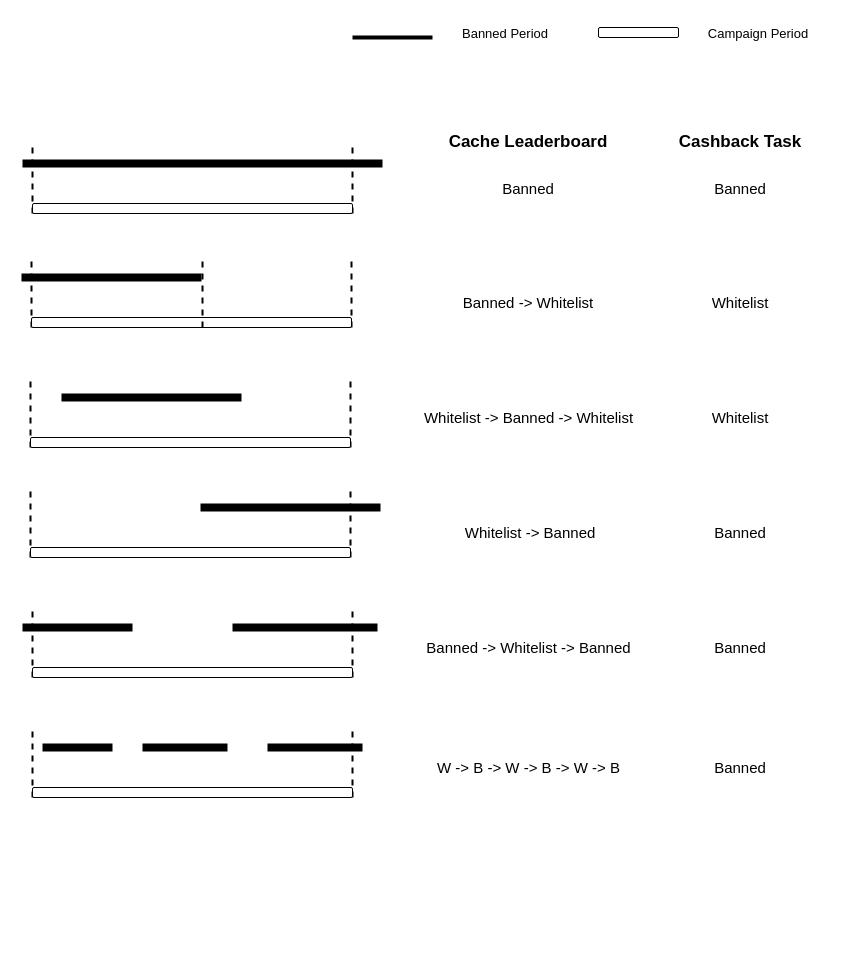
The draw.io diagram game_blacklist_cover.drawio in EricLuoisme/own-diagrams-draw-io, before the edit. Source tidied: cells renumbered, new cells numbered last; positions are measured from the earlier drawing's top-left corner, leaving out a move shared by most shapes. Both pictures are drawn from the tidied source at 100%, with x=0, y=0 at pixel (21, 17).
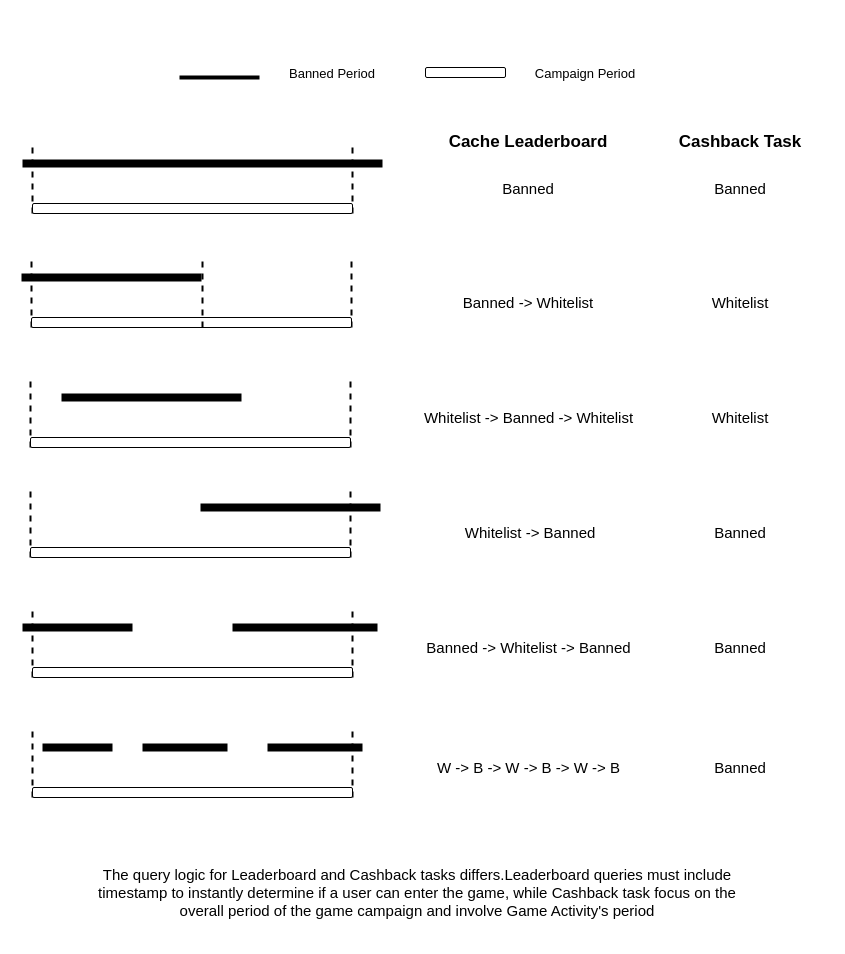
The same page after the edit.

Change to the diagram source:
```diff
@@
     <mxCell id="6" style="endArrow=none;html=1;rounded=0;strokeWidth=4;" parent="1" edge="1">
       <mxGeometry relative="1" as="geometry">
-        <mxPoint x="331" y="20" as="sourcePoint" />
-        <mxPoint x="411" y="20" as="targetPoint" />
+        <mxPoint x="158" y="60" as="sourcePoint" />
+        <mxPoint x="238" y="60" as="targetPoint" />
       </mxGeometry>
     </mxCell>
     <mxCell id="7" style="rounded=1;whiteSpace=wrap;html=1;" parent="1" vertex="1">
-      <mxGeometry x="577" y="10" width="80" height="10" as="geometry" />
+      <mxGeometry x="404" y="50" width="80" height="10" as="geometry" />
     </mxCell>
     <mxCell id="8" value="&lt;font style=&quot;font-size: 13px;&quot;&gt;Banned Period&lt;/font&gt;" style="text;strokeColor=none;align=center;fillColor=none;html=1;verticalAlign=middle;whiteSpace=wrap;rounded=0;fontSize=15;" parent="1" vertex="1">
-      <mxGeometry x="414" width="140" height="30" as="geometry" />
+      <mxGeometry x="241" y="40" width="140" height="30" as="geometry" />
     </mxCell>
     <mxCell id="9" value="&lt;font style=&quot;font-size: 13px;&quot;&gt;Campaign Period&lt;/font&gt;" style="text;strokeColor=none;align=center;fillColor=none;html=1;verticalAlign=middle;whiteSpace=wrap;rounded=0;fontSize=15;" parent="1" vertex="1">
-      <mxGeometry x="667" width="140" height="30" as="geometry" />
+      <mxGeometry x="494" y="40" width="140" height="30" as="geometry" />
     </mxCell>
@@
-    <mxCell id="47" value="Banned" style="text;strokeColor=none;align=center;fillColor=none;html=1;verticalAlign=middle;whiteSpace=wrap;rounded=0;fontSize=15;" parent="1" vertex="1">
-      <mxGeometry x="649" y="735" width="140" height="30" as="geometry" />
+    <mxCell id="47" value="The query logic for Leaderboard and Cashback tasks differs.Leaderboard queries must include timestamp to instantly determine if a user can enter the game, while Cashback task focus on the overall period of the game campaign and involve Game Activity's period " style="text;strokeColor=none;align=center;fillColor=none;html=1;verticalAlign=middle;whiteSpace=wrap;rounded=0;fontSize=15;" parent="1" vertex="1">
+      <mxGeometry x="71" y="830" width="650" height="90" as="geometry" />
     </mxCell>
+    <mxCell id="48" value="Banned" style="text;strokeColor=none;align=center;fillColor=none;html=1;verticalAlign=middle;whiteSpace=wrap;rounded=0;fontSize=15;" parent="1" vertex="1">
+      <mxGeometry x="649" y="735" width="140" height="30" as="geometry" />
+    </mxCell>
```
